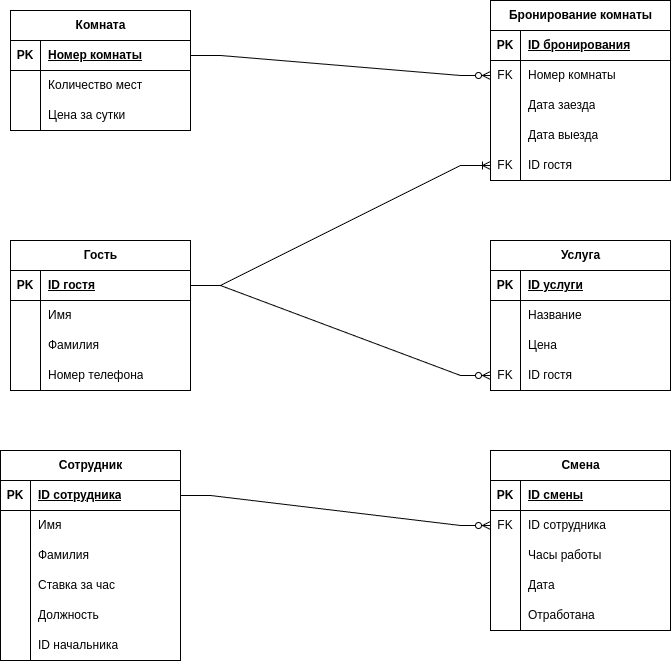
The draw.io diagram project/ER.drawio.png in arinazzz/DBMS, before a commit. Source tidied: cells renumbered, new cells last; positions are measured from the earlier drawing's top-left corner, leaving out a move shared by most shapes.
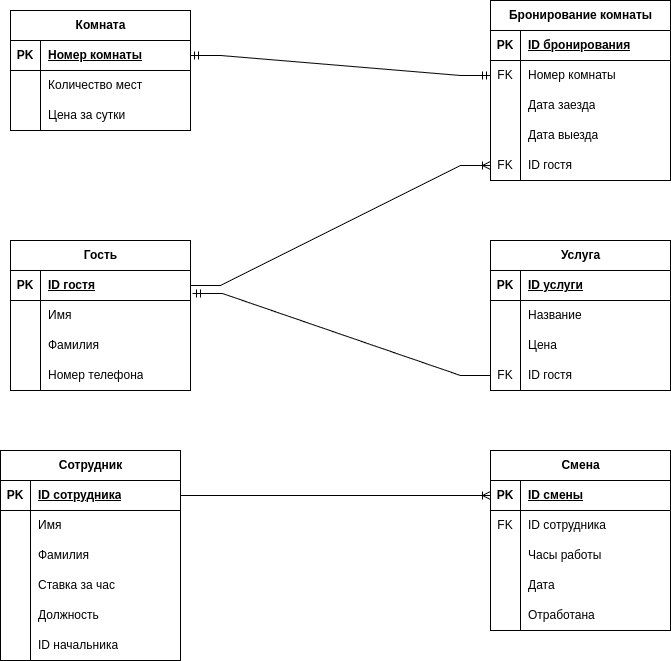
After the change.

What changed in the source:
```diff
@@ -80,9 +80,6 @@
     <mxCell id="27" value="ID гостя" style="shape=partialRectangle;fillColor=none;top=0;left=0;bottom=0;right=0;align=left;spacingLeft=6;overflow=hidden;whiteSpace=wrap;html=1;" parent="25" vertex="1">
       <mxGeometry x="30" width="150" height="30" as="geometry" />
     </mxCell>
-    <mxCell id="28" style="edgeStyle=entityRelationEdgeStyle;fontSize=12;html=1;endArrow=ERzeroToMany;endFill=1;rounded=0;exitX=1;exitY=0.5;exitDx=0;exitDy=0;entryX=0;entryY=0.5;entryDx=0;entryDy=0;" parent="1" edge="1" source="3" target="25">
-      <mxGeometry relative="1" as="geometry" />
-    </mxCell>
     <mxCell id="29" value="Сотрудник" style="shape=table;startSize=30;rowLines=0;fontStyle=1;align=center;html=1;" parent="1" vertex="1">
       <mxGeometry y="450" width="180" height="210" as="geometry" />
     </mxCell>
@@ -188,9 +185,6 @@
     <mxCell id="63" value="Отработана" style="shape=partialRectangle;fillColor=none;top=0;left=0;bottom=0;right=0;align=left;spacingLeft=6;overflow=hidden;whiteSpace=wrap;html=1;" parent="61" vertex="1">
       <mxGeometry x="30" width="150" height="30" as="geometry" />
     </mxCell>
-    <mxCell id="64" style="edgeStyle=entityRelationEdgeStyle;fontSize=12;html=1;endArrow=ERzeroToMany;endFill=1;rounded=0;exitX=1;exitY=0.5;exitDx=0;exitDy=0;entryX=0;entryY=0.5;entryDx=0;entryDy=0;" parent="1" edge="1" source="30" target="52">
-      <mxGeometry relative="1" as="geometry" />
-    </mxCell>
     <mxCell id="65" value="Бронирование комнаты" style="shape=table;startSize=30;rowLines=0;fontStyle=1;align=center;html=1;" parent="1" vertex="1">
       <mxGeometry x="490" width="180" height="180" as="geometry" />
     </mxCell>
@@ -272,7 +266,13 @@
     <mxCell id="91" style="edgeStyle=entityRelationEdgeStyle;fontSize=12;html=1;endArrow=ERoneToMany;rounded=0;exitX=1;exitY=0.5;exitDx=0;exitDy=0;entryX=0;entryY=0.5;entryDx=0;entryDy=0;" parent="1" edge="1" source="3" target="78">
       <mxGeometry relative="1" as="geometry" />
     </mxCell>
+    <mxCell id="93" style="edgeStyle=entityRelationEdgeStyle;fontSize=12;html=1;endArrow=ERoneToMany;rounded=0;exitX=1;exitY=0.5;exitDx=0;exitDy=0;entryX=0;entryY=0.5;entryDx=0;entryDy=0;" parent="1" edge="1" source="30" target="49">
+      <mxGeometry relative="1" as="geometry" />
+    </mxCell>
+    <mxCell id="94" style="edgeStyle=entityRelationEdgeStyle;fontSize=12;html=1;endArrow=ERmandOne;rounded=0;exitX=0;exitY=0.5;exitDx=0;exitDy=0;entryX=1.011;entryY=0.767;entryDx=0;entryDy=0;entryPerimeter=0;" parent="1" edge="1" source="25" target="3">
+      <mxGeometry relative="1" as="geometry" />
+    </mxCell>
-    <mxCell id="92" style="edgeStyle=entityRelationEdgeStyle;fontSize=12;html=1;endArrow=ERzeroToMany;endFill=1;rounded=0;exitX=1;exitY=0.5;exitDx=0;exitDy=0;entryX=0;entryY=0.5;entryDx=0;entryDy=0;" parent="1" edge="1" source="82" target="69">
+    <mxCell id="92" style="edgeStyle=entityRelationEdgeStyle;fontSize=12;html=1;endArrow=ERmandOne;startArrow=ERmandOne;rounded=0;entryX=0;entryY=0.5;entryDx=0;entryDy=0;" parent="1" edge="1" source="82" target="69">
       <mxGeometry relative="1" as="geometry" />
     </mxCell>
   </root>
```
